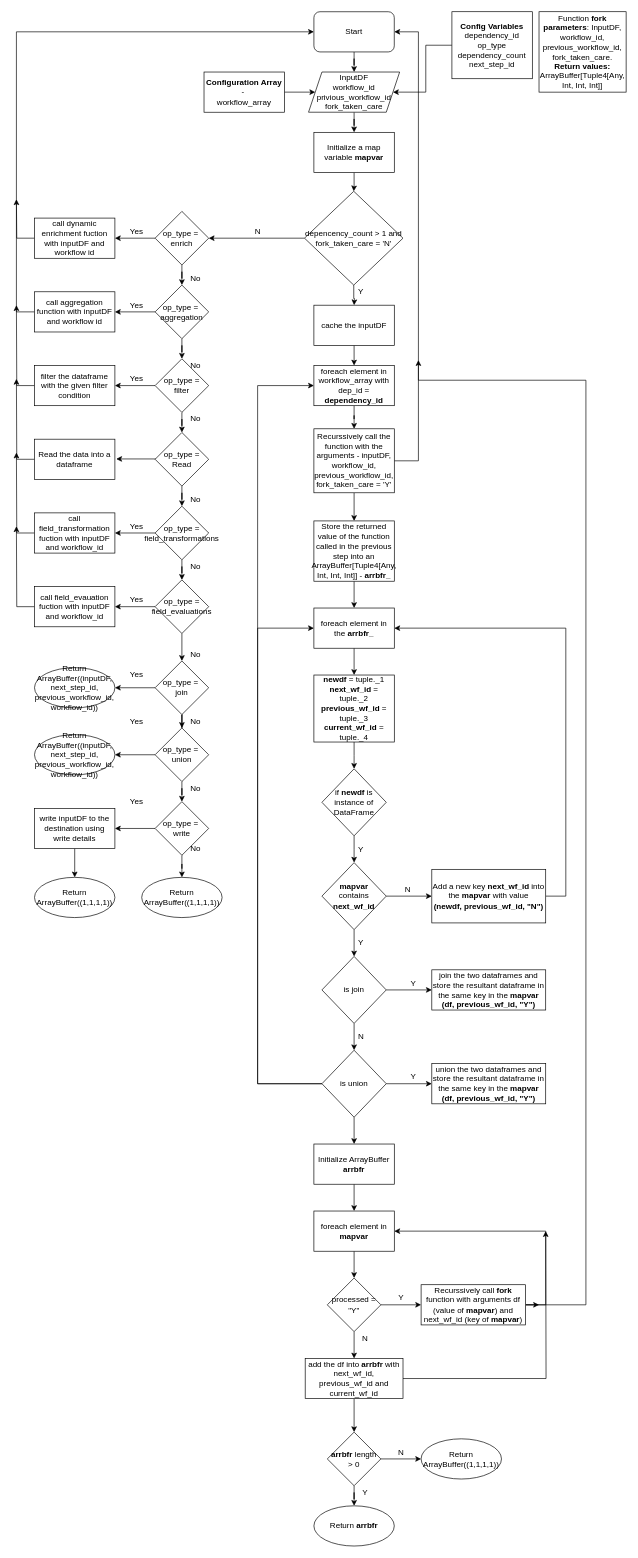
This is page "updated workflow" (6 of 9) of appagggrp3.drawio from praneethsai83/GenericProcessing, a draw.io file, before an edit. Source tidied: cells renumbered, new cells numbered last; positions are measured from the earlier drawing's top-left corner, leaving out a move shared by most shapes. Both pictures are drawn from the tidied source at 67%, with x=0, y=0 at pixel (16, 11).
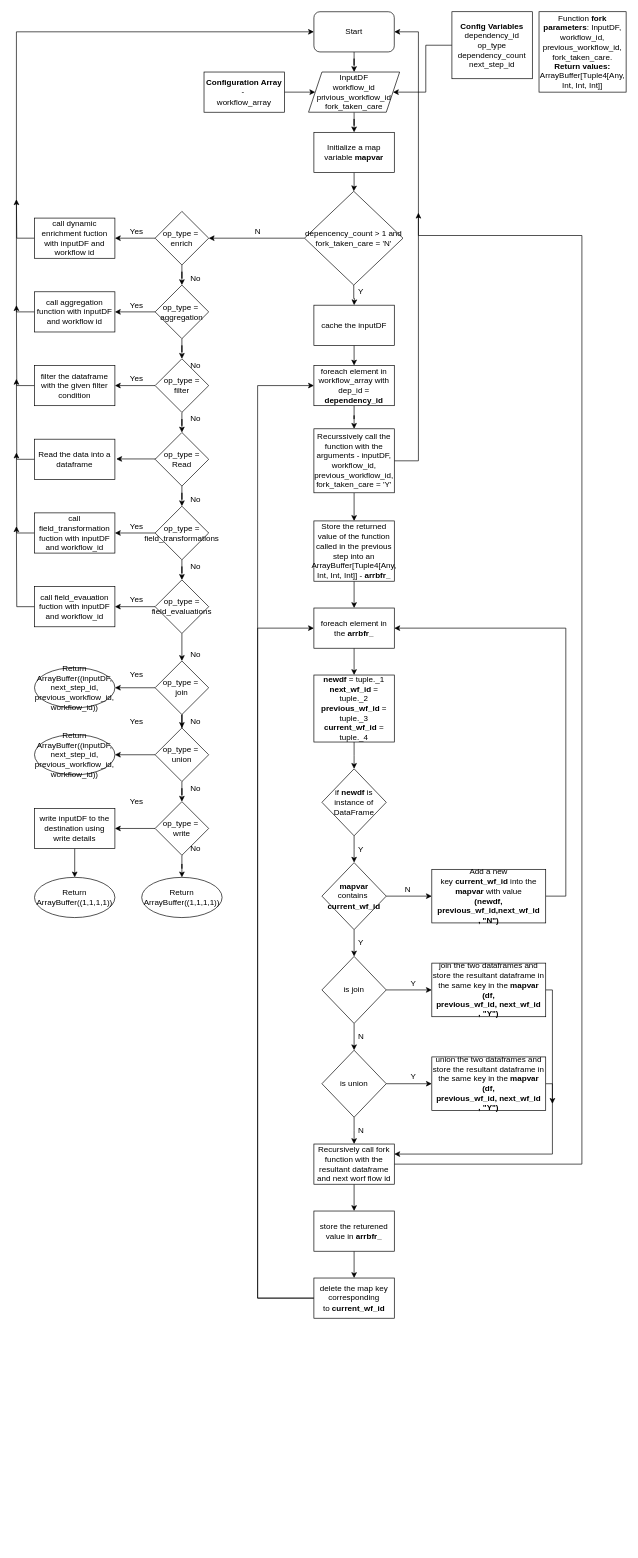
After the change.

The change refers to these unchanged cells:
```xml
<mxCell id="15" value="foreach element in workflow_array with dep_id = &lt;b&gt;dependency_id&lt;/b&gt;" style="whiteSpace=wrap;html=1;" parent="1" vertex="1">
  <mxGeometry x="444" y="528" width="120" height="60" as="geometry" />
</mxCell>
<mxCell id="44" value="is union" style="rhombus;whiteSpace=wrap;html=1;" parent="1" vertex="1">
  <mxGeometry x="456" y="1550" width="96" height="100" as="geometry" />
</mxCell>
```

Change to the diagram source:
```diff
@@
-    <mxCell id="25" style="edgeStyle=orthogonalEdgeStyle;rounded=0;jettySize=auto;html=1;exitX=0;exitY=0.5;exitDx=0;exitDy=0;entryX=0;entryY=0.5;entryDx=0;entryDy=0;" parent="1" edge="1" source="44" target="15">
+    <mxCell id="25" style="edgeStyle=orthogonalEdgeStyle;rounded=0;jettySize=auto;html=1;exitX=0;exitY=0.5;exitDx=0;exitDy=0;entryX=0;entryY=0.5;entryDx=0;entryDy=0;" parent="1" edge="1" source="146" target="15">
       <mxGeometry relative="1" as="geometry">
         <Array as="points">
-          <mxPoint x="360" y="1600" />
+          <mxPoint x="360" y="1920" />
           <mxPoint x="360" y="558" />
         </Array>
       </mxGeometry>
     </mxCell>
@@
-    <mxCell id="34" value="&lt;b&gt;mapvar&lt;/b&gt; &lt;br&gt;contains &lt;b&gt;next_wf_id&lt;/b&gt;" style="rhombus;whiteSpace=wrap;html=1;" parent="1" vertex="1">
+    <mxCell id="34" value="&lt;b&gt;mapvar&lt;/b&gt; &lt;br&gt;contains&amp;nbsp;&lt;br&gt;&lt;b&gt;current_wf_id&lt;/b&gt;" style="rhombus;whiteSpace=wrap;html=1;" parent="1" vertex="1">
       <mxGeometry x="456" y="1270" width="96" height="100" as="geometry" />
     </mxCell>
@@
-    <mxCell id="36" value="Add a new key &lt;b&gt;next_wf_id &lt;/b&gt;into the &lt;b&gt;mapvar &lt;/b&gt;with value&lt;br&gt;&lt;b&gt;(newdf, previous_wf_id, &quot;N&quot;)&lt;/b&gt;" style="whiteSpace=wrap;html=1;" parent="1" vertex="1">
+    <mxCell id="36" value="Add a new key&amp;nbsp;&lt;b&gt;current_wf_id&lt;/b&gt;&lt;b&gt;&amp;nbsp;&lt;/b&gt;into the &lt;b&gt;mapvar &lt;/b&gt;with value&lt;br&gt;&lt;b&gt;(newdf, previous_wf_id,&lt;/b&gt;&lt;b&gt;next_wf_id&lt;/b&gt;&lt;b&gt;&lt;br&gt;, &quot;N&quot;)&lt;/b&gt;" style="whiteSpace=wrap;html=1;" parent="1" vertex="1">
       <mxGeometry x="620" y="1280" width="170" height="80" as="geometry" />
     </mxCell>
@@
+    <mxCell id="140" style="edgeStyle=orthogonalEdgeStyle;rounded=0;jettySize=auto;html=1;" parent="1" edge="1" source="40">
+      <mxGeometry relative="1" as="geometry">
+        <mxPoint x="800" y="1630" as="targetPoint" />
+        <Array as="points">
+          <mxPoint x="800" y="1460" />
+        </Array>
+      </mxGeometry>
+    </mxCell>
-    <mxCell id="40" value="join the two dataframes and store the resultant dataframe in the same key in the &lt;b&gt;mapvar (df, previous_wf_id, &quot;Y&quot;)&lt;/b&gt;" style="whiteSpace=wrap;html=1;" parent="1" vertex="1">
-      <mxGeometry x="620" y="1430" width="170" height="60" as="geometry" />
+    <mxCell id="40" value="join the two dataframes and store the resultant dataframe in the same key in the &lt;b&gt;mapvar (df, previous_wf_id,&amp;nbsp;&lt;/b&gt;&lt;b&gt;next_wf_id&lt;/b&gt;&lt;b&gt;&lt;br&gt;, &quot;Y&quot;)&lt;/b&gt;" style="whiteSpace=wrap;html=1;" parent="1" vertex="1">
+      <mxGeometry x="620" y="1420" width="170" height="80" as="geometry" />
     </mxCell>
@@
-    <mxCell id="42" style="edgeStyle=orthogonalEdgeStyle;rounded=0;jettySize=auto;html=1;" parent="1" edge="1" source="44">
+    <mxCell id="42" style="edgeStyle=orthogonalEdgeStyle;rounded=0;jettySize=auto;html=1;exitX=0;exitY=0.5;exitDx=0;exitDy=0;" parent="1" edge="1" source="146">
       <mxGeometry relative="1" as="geometry">
         <mxPoint x="444" y="920" as="targetPoint" />
         <Array as="points">
-          <mxPoint x="360" y="1600" />
+          <mxPoint x="360" y="1920" />
           <mxPoint x="360" y="920" />
-          <mxPoint x="444" y="920" />
         </Array>
       </mxGeometry>
     </mxCell>
-    <mxCell id="43" style="edgeStyle=orthogonalEdgeStyle;rounded=0;jettySize=auto;html=1;" parent="1" edge="1" source="44" target="54">
-      <mxGeometry relative="1" as="geometry" />
+    <mxCell id="43" style="edgeStyle=orthogonalEdgeStyle;rounded=0;jettySize=auto;html=1;" parent="1" edge="1" source="44">
+      <mxGeometry relative="1" as="geometry">
+        <mxPoint x="504" y="1690" as="targetPoint" />
+      </mxGeometry>
     </mxCell>
@@
+    <mxCell id="141" style="edgeStyle=orthogonalEdgeStyle;rounded=0;jettySize=auto;html=1;entryX=1;entryY=0.25;entryDx=0;entryDy=0;" parent="1" edge="1" source="45" target="143">
+      <mxGeometry relative="1" as="geometry">
+        <Array as="points">
+          <mxPoint x="800" y="1600" />
+          <mxPoint x="800" y="1705" />
+        </Array>
+      </mxGeometry>
+    </mxCell>
-    <mxCell id="45" value="union the two dataframes and store the resultant dataframe in the same key in the&amp;nbsp;&lt;b&gt;mapvar (df, previous_wf_id, &quot;Y&quot;)&lt;/b&gt;" style="whiteSpace=wrap;html=1;" parent="1" vertex="1">
-      <mxGeometry x="620" y="1570" width="170" height="60" as="geometry" />
+    <mxCell id="45" value="union the two dataframes and store the resultant dataframe in the same key in the&amp;nbsp;&lt;b&gt;mapvar (df, previous_wf_id,&amp;nbsp;&lt;/b&gt;&lt;b&gt;next_wf_id&lt;/b&gt;&lt;b&gt;&lt;br&gt;, &quot;Y&quot;)&lt;/b&gt;" style="whiteSpace=wrap;html=1;" parent="1" vertex="1">
+      <mxGeometry x="620" y="1560" width="170" height="80" as="geometry" />
     </mxCell>
@@
-    <mxCell id="53" style="edgeStyle=orthogonalEdgeStyle;rounded=0;jettySize=auto;html=1;" parent="1" edge="1" source="54" target="56">
-      <mxGeometry relative="1" as="geometry" />
-    </mxCell>
-    <mxCell id="54" value="Initialize ArrayBuffer &lt;b&gt;arrbfr&lt;/b&gt;" style="whiteSpace=wrap;html=1;" parent="1" vertex="1">
-      <mxGeometry x="444" y="1690" width="120" height="60" as="geometry" />
-    </mxCell>
-    <mxCell id="55" style="edgeStyle=orthogonalEdgeStyle;rounded=0;jettySize=auto;html=1;" parent="1" edge="1" source="56" target="59">
-      <mxGeometry relative="1" as="geometry" />
-    </mxCell>
-    <mxCell id="56" value="foreach element in &lt;b&gt;mapvar&lt;/b&gt;" style="whiteSpace=wrap;html=1;" parent="1" vertex="1">
-      <mxGeometry x="444" y="1790" width="120" height="60" as="geometry" />
-    </mxCell>
-    <mxCell id="57" style="edgeStyle=orthogonalEdgeStyle;rounded=0;jettySize=auto;html=1;" parent="1" edge="1" source="59" target="63">
-      <mxGeometry relative="1" as="geometry" />
-    </mxCell>
-    <mxCell id="58" style="edgeStyle=orthogonalEdgeStyle;rounded=0;jettySize=auto;html=1;" parent="1" edge="1" source="59" target="67">
-      <mxGeometry relative="1" as="geometry" />
-    </mxCell>
-    <mxCell id="59" value="processed = &quot;Y&quot;" style="rhombus;whiteSpace=wrap;html=1;" parent="1" vertex="1">
-      <mxGeometry x="464" y="1890" width="80" height="80" as="geometry" />
-    </mxCell>
-    <mxCell id="60" style="edgeStyle=orthogonalEdgeStyle;rounded=0;jettySize=auto;html=1;entryX=1;entryY=0.5;entryDx=0;entryDy=0;" parent="1" edge="1" source="63" target="56">
-      <mxGeometry relative="1" as="geometry">
-        <Array as="points">
-          <mxPoint x="790" y="1930" />
-          <mxPoint x="790" y="1820" />
-        </Array>
-      </mxGeometry>
-    </mxCell>
-    <mxCell id="61" style="edgeStyle=orthogonalEdgeStyle;rounded=0;jettySize=auto;html=1;" parent="1" edge="1" source="63">
+    <mxCell id="61" style="edgeStyle=orthogonalEdgeStyle;rounded=0;jettySize=auto;html=1;exitX=1;exitY=0.5;exitDx=0;exitDy=0;" parent="1" edge="1" source="143">
       <mxGeometry relative="1" as="geometry">
-        <mxPoint x="600" y="520" as="targetPoint" />
+        <mxPoint x="600" y="300" as="targetPoint" />
         <Array as="points">
-          <mxPoint x="850" y="1930" />
-          <mxPoint x="850" y="550" />
-          <mxPoint x="600" y="550" />
+          <mxPoint x="844" y="1720" />
+          <mxPoint x="844" y="334" />
+          <mxPoint x="600" y="334" />
+          <mxPoint x="600" y="304" />
         </Array>
       </mxGeometry>
     </mxCell>
-    <mxCell id="62" style="edgeStyle=orthogonalEdgeStyle;rounded=0;jettySize=auto;html=1;" parent="1" edge="1" source="63">
-      <mxGeometry relative="1" as="geometry">
-        <mxPoint x="780" y="1930" as="targetPoint" />
-      </mxGeometry>
-    </mxCell>
-    <mxCell id="63" value="Recurssively call &lt;b&gt;fork&lt;/b&gt; function with arguments df (value of &lt;b&gt;mapvar&lt;/b&gt;) and next_wf_id (key of &lt;b&gt;mapvar&lt;/b&gt;)" style="whiteSpace=wrap;html=1;" parent="1" vertex="1">
-      <mxGeometry x="604" y="1900" width="156" height="60" as="geometry" />
-    </mxCell>
-    <mxCell id="64" value="Y" style="text;html=1;align=center;verticalAlign=middle;strokeColor=none;fillColor=none;" parent="1" vertex="1">
-      <mxGeometry x="564" y="1910" width="20" height="20" as="geometry" />
-    </mxCell>
-    <mxCell id="65" style="edgeStyle=orthogonalEdgeStyle;rounded=0;jettySize=auto;html=1;" parent="1" edge="1" source="67">
-      <mxGeometry relative="1" as="geometry">
-        <mxPoint x="790" y="1820" as="targetPoint" />
-      </mxGeometry>
-    </mxCell>
-    <mxCell id="66" style="edgeStyle=orthogonalEdgeStyle;rounded=0;jettySize=auto;html=1;" parent="1" edge="1" source="67" target="71">
-      <mxGeometry relative="1" as="geometry" />
-    </mxCell>
-    <mxCell id="67" value="&lt;span&gt;add the df into&amp;nbsp;&lt;/span&gt;&lt;b&gt;arrbfr&amp;nbsp;&lt;/b&gt;&lt;span&gt;with next_wf_id, previous_wf_id and current_wf_id&lt;/span&gt;" style="whiteSpace=wrap;html=1;" parent="1" vertex="1">
-      <mxGeometry x="431" y="2010" width="146" height="60" as="geometry" />
-    </mxCell>
-    <mxCell id="68" value="N" style="text;html=1;align=center;verticalAlign=middle;strokeColor=none;fillColor=none;" parent="1" vertex="1">
-      <mxGeometry x="510" y="1970" width="20" height="20" as="geometry" />
-    </mxCell>
-    <mxCell id="69" style="edgeStyle=orthogonalEdgeStyle;rounded=0;jettySize=auto;html=1;" parent="1" edge="1" source="71" target="72">
-      <mxGeometry relative="1" as="geometry" />
-    </mxCell>
-    <mxCell id="70" style="edgeStyle=orthogonalEdgeStyle;rounded=0;jettySize=auto;html=1;" parent="1" edge="1" source="71" target="73">
-      <mxGeometry relative="1" as="geometry" />
-    </mxCell>
-    <mxCell id="71" value="&lt;b&gt;arrbfr&lt;/b&gt; length &amp;gt; 0" style="rhombus;whiteSpace=wrap;html=1;" parent="1" vertex="1">
-      <mxGeometry x="464" y="2120" width="80" height="80" as="geometry" />
-    </mxCell>
-    <mxCell id="72" value="Return ArrayBuffer((1,1,1,1))" style="ellipse;whiteSpace=wrap;html=1;" parent="1" vertex="1">
-      <mxGeometry x="604" y="2130" width="120" height="60" as="geometry" />
-    </mxCell>
-    <mxCell id="73" value="Return &lt;b&gt;arrbfr&lt;/b&gt;" style="ellipse;whiteSpace=wrap;html=1;" parent="1" vertex="1">
-      <mxGeometry x="444" y="2230" width="120" height="60" as="geometry" />
-    </mxCell>
-    <mxCell id="74" value="Y" style="text;html=1;align=center;verticalAlign=middle;strokeColor=none;fillColor=none;" parent="1" vertex="1">
-      <mxGeometry x="510" y="2200" width="20" height="20" as="geometry" />
-    </mxCell>
-    <mxCell id="75" value="N" style="text;html=1;align=center;verticalAlign=middle;strokeColor=none;fillColor=none;" parent="1" vertex="1">
-      <mxGeometry x="564" y="2140" width="20" height="20" as="geometry" />
-    </mxCell>
@@
+    <mxCell id="142" style="edgeStyle=orthogonalEdgeStyle;rounded=0;jettySize=auto;html=1;" parent="1" edge="1" source="143" target="145">
+      <mxGeometry relative="1" as="geometry" />
+    </mxCell>
+    <mxCell id="143" value="Recursively call fork function with the resultant dataframe and next worf flow id" style="whiteSpace=wrap;html=1;" parent="1" vertex="1">
+      <mxGeometry x="444" y="1690" width="120" height="60" as="geometry" />
+    </mxCell>
+    <mxCell id="144" style="edgeStyle=orthogonalEdgeStyle;rounded=0;jettySize=auto;html=1;" parent="1" edge="1" source="145" target="146">
+      <mxGeometry relative="1" as="geometry" />
+    </mxCell>
+    <mxCell id="145" value="store the returened value in &lt;b&gt;arrbfr_&lt;/b&gt;" style="whiteSpace=wrap;html=1;" parent="1" vertex="1">
+      <mxGeometry x="444" y="1790" width="120" height="60" as="geometry" />
+    </mxCell>
+    <mxCell id="146" value="delete the map key corresponding to&amp;nbsp;&lt;b&gt;current_wf_id&lt;/b&gt;" style="whiteSpace=wrap;html=1;" parent="1" vertex="1">
+      <mxGeometry x="444" y="1890" width="120" height="60" as="geometry" />
+    </mxCell>
+    <mxCell id="147" value="N" style="text;html=1;align=center;verticalAlign=middle;strokeColor=none;fillColor=none;" parent="1" vertex="1">
+      <mxGeometry x="504" y="1660" width="20" height="20" as="geometry" />
+    </mxCell>
```
